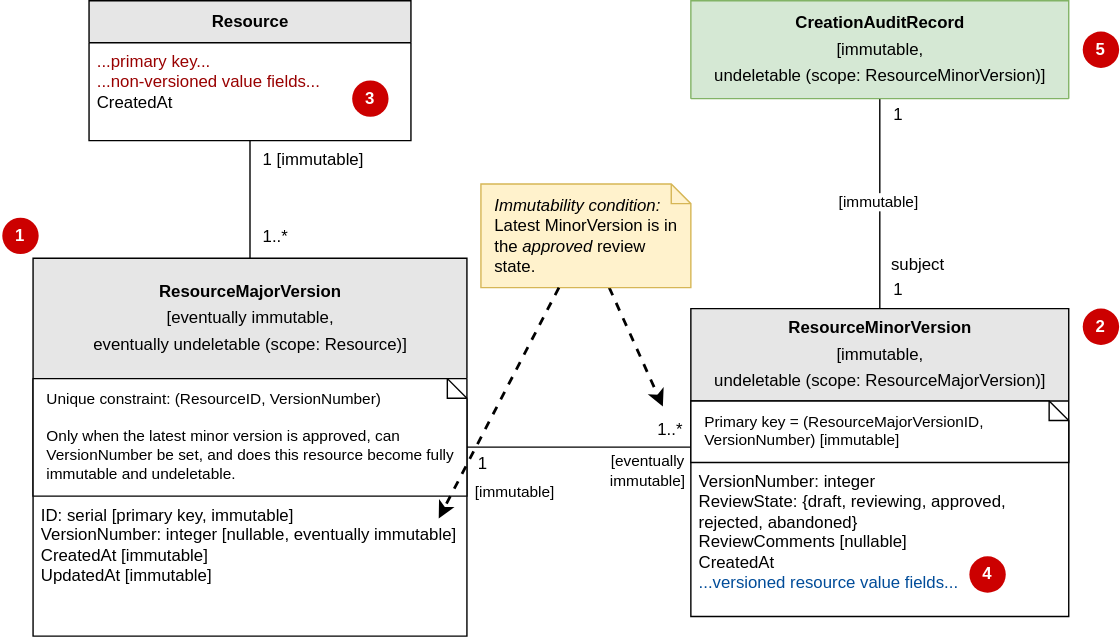
Earlier version of the draw.io export devdocs/reviewable-infra-normal.drawio.svg (fullstaq-labs/sqedule). Source tidied: cells renumbered, new cells last; positions are measured from the earlier drawing's top-left corner, leaving out a move shared by most shapes.
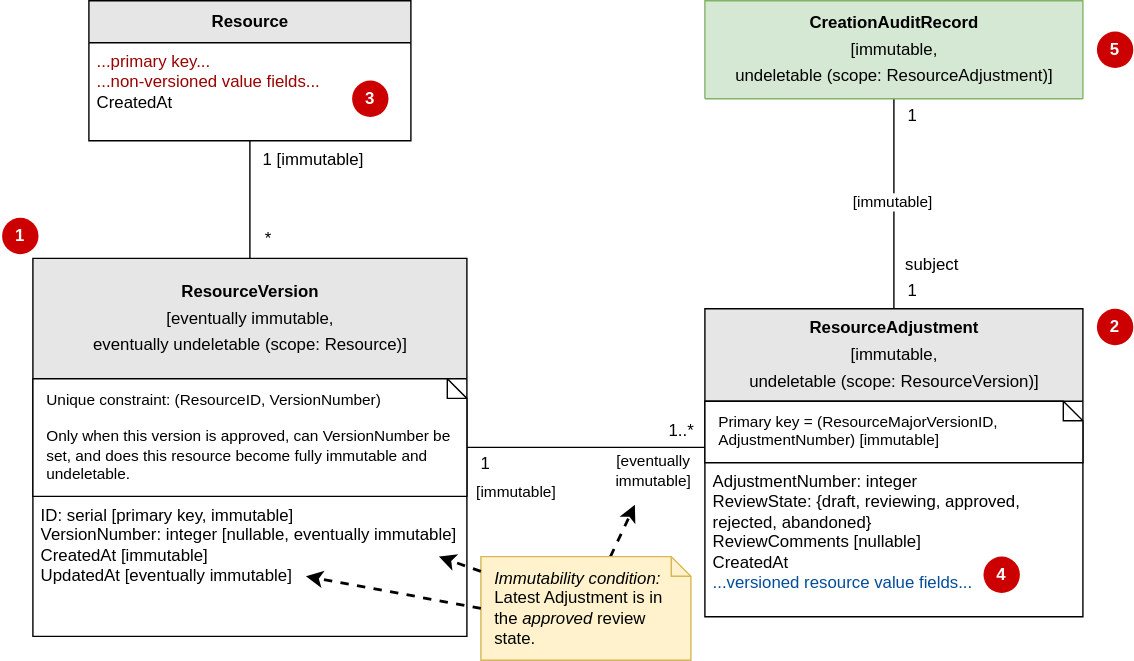
Later version of the same file.

Change to the diagram source:
```diff
@@ -38,9 +38,9 @@
         <mxPoint x="42" as="offset" />
       </mxGeometry>
     </mxCell>
-    <mxCell id="9" value="1..*" style="edgeLabel;html=1;align=center;verticalAlign=middle;fontSize=12;fontColor=#000000;" parent="7" vertex="1">
+    <mxCell id="9" value="*" style="edgeLabel;html=1;align=center;verticalAlign=middle;fontSize=12;fontColor=#000000;" parent="7" vertex="1">
       <mxGeometry x="0.61" y="2" relative="1" as="geometry">
-        <mxPoint x="15" as="offset" />
+        <mxPoint x="10" y="1" as="offset" />
       </mxGeometry>
     </mxCell>
     <mxCell id="10" style="edgeStyle=orthogonalEdgeStyle;rounded=0;sketch=0;jumpStyle=arc;jettySize=auto;html=1;startArrow=none;startFill=0;endArrow=none;endFill=0;strokeColor=#000000;strokeWidth=1;fontSize=12;fontColor=#000000;" parent="1" edge="1" source="20" target="25">
@@ -66,28 +66,28 @@
     </mxCell>
     <mxCell id="15" style="rounded=0;sketch=0;jumpStyle=arc;jettySize=auto;html=1;startArrow=none;startFill=0;endArrow=classic;endFill=1;strokeColor=#000000;strokeWidth=2;fontSize=12;fontColor=#000000;dashed=1;" parent="1" edge="1" source="16">
       <mxGeometry relative="1" as="geometry">
-        <mxPoint x="472" y="290" as="targetPoint" />
+        <mxPoint x="452" y="360" as="targetPoint" />
       </mxGeometry>
     </mxCell>
-    <mxCell id="16" value="&lt;i&gt;Immutability condition:&lt;/i&gt;&lt;br&gt;Latest MinorVersion is in the&amp;nbsp;&lt;i&gt;approved&lt;/i&gt;&amp;nbsp;review state." style="shape=note;whiteSpace=wrap;html=1;size=14;verticalAlign=top;align=left;spacingTop=-6;fontSize=12;spacing=10;fillColor=#fff2cc;strokeColor=#d6b656;sketch=0;" parent="1" vertex="1">
-      <mxGeometry x="342" y="131" width="150" height="74" as="geometry" />
+    <mxCell id="16" value="&lt;i&gt;Immutability condition:&lt;/i&gt;&lt;br&gt;Latest Adjustment is in the&amp;nbsp;&lt;i&gt;approved&lt;/i&gt;&amp;nbsp;review state." style="shape=note;whiteSpace=wrap;html=1;size=14;verticalAlign=top;align=left;spacingTop=-6;fontSize=12;spacing=10;fillColor=#fff2cc;strokeColor=#d6b656;sketch=0;" parent="1" vertex="1">
+      <mxGeometry x="342" y="397" width="150" height="74" as="geometry" />
     </mxCell>
-    <mxCell id="17" value="&lt;p style=&quot;line-height: 160%&quot;&gt;ResourceMajorVersion&lt;br&gt;&lt;span style=&quot;font-weight: normal ; line-height: 120%&quot;&gt;[eventually immutable,&lt;br&gt;eventually undeletable (scope: Resource)]&lt;/span&gt;&lt;/p&gt;" style="swimlane;fontStyle=1;horizontal=1;startSize=86;swimlaneFillColor=#ffffff;html=1;fillColor=#E6E6E6;" parent="1" vertex="1">
+    <mxCell id="17" value="&lt;p style=&quot;line-height: 160%&quot;&gt;ResourceVersion&lt;br&gt;&lt;span style=&quot;font-weight: normal ; line-height: 120%&quot;&gt;[eventually immutable,&lt;br&gt;eventually undeletable (scope: Resource)]&lt;/span&gt;&lt;/p&gt;" style="swimlane;fontStyle=1;horizontal=1;startSize=86;swimlaneFillColor=#ffffff;html=1;fillColor=#E6E6E6;" parent="1" vertex="1">
       <mxGeometry x="22" y="184" width="310" height="270" as="geometry" />
     </mxCell>
-    <mxCell id="18" value="Unique constraint: (ResourceID, VersionNumber)&lt;br&gt;&lt;br&gt;Only when the latest minor version is approved, can VersionNumber be set, and does this resource become fully immutable and undeletable." style="shape=note;whiteSpace=wrap;html=1;size=14;verticalAlign=top;align=left;spacingTop=-6;fontSize=11;spacing=10;sketch=0;" parent="17" vertex="1">
+    <mxCell id="18" value="Unique constraint: (ResourceID, VersionNumber)&lt;br&gt;&lt;br&gt;Only when this version is approved, can VersionNumber be set, and does this resource become fully immutable and undeletable." style="shape=note;whiteSpace=wrap;html=1;size=14;verticalAlign=top;align=left;spacingTop=-6;fontSize=11;spacing=10;sketch=0;" parent="17" vertex="1">
       <mxGeometry y="86" width="310" height="84" as="geometry" />
     </mxCell>
-    <mxCell id="19" value="ID: serial [primary key, immutable]&#10;VersionNumber: integer [nullable, eventually immutable]&#10;CreatedAt [immutable]&#10;UpdatedAt [immutable]" style="text;strokeColor=none;fillColor=none;align=left;verticalAlign=top;spacingLeft=4;spacingRight=4;overflow=hidden;points=[[0,0.5],[1,0.5]];portConstraint=eastwest;whiteSpace=wrap;" parent="17" vertex="1">
+    <mxCell id="19" value="ID: serial [primary key, immutable]&#10;VersionNumber: integer [nullable, eventually immutable]&#10;CreatedAt [immutable]&#10;UpdatedAt [eventually immutable]" style="text;strokeColor=none;fillColor=none;align=left;verticalAlign=top;spacingLeft=4;spacingRight=4;overflow=hidden;points=[[0,0.5],[1,0.5]];portConstraint=eastwest;whiteSpace=wrap;" parent="17" vertex="1">
       <mxGeometry y="170" width="310" height="100" as="geometry" />
     </mxCell>
-    <mxCell id="20" value="&lt;p style=&quot;line-height: 160%&quot;&gt;ResourceMinorVersion&lt;br&gt;&lt;span style=&quot;font-weight: normal&quot;&gt;[immutable,&lt;br&gt;undeletable (scope: ResourceMajorVersion)]&lt;/span&gt;&lt;/p&gt;" style="swimlane;fontStyle=1;horizontal=1;startSize=66;swimlaneFillColor=#ffffff;html=1;fillColor=#E6E6E6;" parent="1" vertex="1">
-      <mxGeometry x="492" y="220" width="270" height="220" as="geometry" />
+    <mxCell id="20" value="&lt;p style=&quot;line-height: 160%&quot;&gt;ResourceAdjustment&lt;br&gt;&lt;span style=&quot;font-weight: normal&quot;&gt;[immutable,&lt;br&gt;undeletable (scope: ResourceVersion)]&lt;/span&gt;&lt;/p&gt;" style="swimlane;fontStyle=1;horizontal=1;startSize=66;swimlaneFillColor=#ffffff;html=1;fillColor=#E6E6E6;" parent="1" vertex="1">
+      <mxGeometry x="502" y="220" width="270" height="220" as="geometry" />
     </mxCell>
-    <mxCell id="21" value="Primary key = (ResourceMajorVersionID, VersionNumber) [immutable]" style="shape=note;whiteSpace=wrap;html=1;size=14;verticalAlign=top;align=left;spacingTop=-6;fontSize=11;spacing=10;sketch=0;" parent="20" vertex="1">
+    <mxCell id="21" value="Primary key = (ResourceMajorVersionID, AdjustmentNumber) [immutable]" style="shape=note;whiteSpace=wrap;html=1;size=14;verticalAlign=top;align=left;spacingTop=-6;fontSize=11;spacing=10;sketch=0;" parent="20" vertex="1">
       <mxGeometry y="66" width="270" height="44" as="geometry" />
     </mxCell>
-    <mxCell id="22" value="VersionNumber: integer&lt;br&gt;ReviewState: {draft, reviewing, approved, rejected, abandoned}&lt;br&gt;ReviewComments [nullable]&lt;br&gt;CreatedAt&lt;br&gt;&lt;font color=&quot;#004c99&quot;&gt;...versioned resource value fields...&lt;/font&gt;" style="text;strokeColor=none;fillColor=none;align=left;verticalAlign=top;spacingLeft=4;spacingRight=4;overflow=hidden;whiteSpace=wrap;html=1;" parent="20" vertex="1">
+    <mxCell id="22" value="AdjustmentNumber: integer&lt;br&gt;ReviewState: {draft, reviewing, approved, rejected, abandoned}&lt;br&gt;ReviewComments [nullable]&lt;br&gt;CreatedAt&lt;br&gt;&lt;font color=&quot;#004c99&quot;&gt;...versioned resource value fields...&lt;/font&gt;" style="text;strokeColor=none;fillColor=none;align=left;verticalAlign=top;spacingLeft=4;spacingRight=4;overflow=hidden;whiteSpace=wrap;html=1;" parent="20" vertex="1">
       <mxGeometry y="110" width="270" height="110" as="geometry" />
     </mxCell>
     <mxCell id="23" value="Resource" style="swimlane;fontStyle=1;horizontal=1;startSize=30;swimlaneFillColor=#ffffff;html=1;fillColor=#E6E6E6;" parent="1" vertex="1">
@@ -96,26 +96,33 @@
     <mxCell id="24" value="&lt;font color=&quot;#990000&quot;&gt;...primary key...&lt;br&gt;...non-versioned value fields...&lt;br&gt;&lt;/font&gt;CreatedAt" style="text;strokeColor=none;fillColor=none;align=left;verticalAlign=top;spacingLeft=4;spacingRight=4;overflow=hidden;whiteSpace=wrap;html=1;" parent="23" vertex="1">
       <mxGeometry y="30" width="230" height="70" as="geometry" />
     </mxCell>
-    <mxCell id="25" value="&lt;span style=&quot;line-height: 160%&quot;&gt;&lt;b&gt;CreationAuditRecord&lt;/b&gt;&lt;br&gt;[immutable,&lt;br&gt;undeletable (scope: ResourceMinorVersion)]&lt;br&gt;&lt;/span&gt;" style="swimlane;fontStyle=0;horizontal=1;startSize=70;strokeColor=#82b366;swimlaneFillColor=#ffffff;html=1;fillColor=#d5e8d4;" parent="1" vertex="1" collapsed="1">
-      <mxGeometry x="492" width="270" height="70" as="geometry" />
+    <mxCell id="25" value="&lt;span style=&quot;line-height: 160%&quot;&gt;&lt;b&gt;CreationAuditRecord&lt;/b&gt;&lt;br&gt;[immutable,&lt;br&gt;undeletable (scope: ResourceAdjustment)]&lt;br&gt;&lt;/span&gt;" style="swimlane;fontStyle=0;horizontal=1;startSize=70;strokeColor=#82b366;swimlaneFillColor=#ffffff;html=1;fillColor=#d5e8d4;" parent="1" vertex="1" collapsed="1">
+      <mxGeometry x="502" width="270" height="70" as="geometry" />
     </mxCell>
     <mxCell id="26" value="1" style="ellipse;whiteSpace=wrap;html=1;fontStyle=1;strokeWidth=2;strokeColor=none;fillColor=#CC0000;fontColor=#FFFFFF;" parent="1" vertex="1">
       <mxGeometry y="155" width="26" height="26" as="geometry" />
     </mxCell>
     <mxCell id="27" value="2" style="ellipse;whiteSpace=wrap;html=1;fontStyle=1;strokeWidth=2;strokeColor=none;fillColor=#CC0000;fontColor=#FFFFFF;" parent="1" vertex="1">
-      <mxGeometry x="772" y="220" width="26" height="26" as="geometry" />
+      <mxGeometry x="782" y="220" width="26" height="26" as="geometry" />
     </mxCell>
     <mxCell id="28" value="3" style="ellipse;whiteSpace=wrap;html=1;fontStyle=1;strokeWidth=2;strokeColor=none;fillColor=#CC0000;fontColor=#FFFFFF;" parent="1" vertex="1">
       <mxGeometry x="250" y="57" width="26" height="26" as="geometry" />
     </mxCell>
     <mxCell id="29" value="4" style="ellipse;whiteSpace=wrap;html=1;fontStyle=1;strokeWidth=2;strokeColor=none;fillColor=#CC0000;fontColor=#FFFFFF;" parent="1" vertex="1">
-      <mxGeometry x="691" y="397" width="26" height="26" as="geometry" />
+      <mxGeometry x="701" y="397" width="26" height="26" as="geometry" />
     </mxCell>
     <mxCell id="30" value="5" style="ellipse;whiteSpace=wrap;html=1;fontStyle=1;strokeWidth=2;strokeColor=none;fillColor=#CC0000;fontColor=#FFFFFF;" parent="1" vertex="1">
-      <mxGeometry x="772" y="22" width="26" height="26" as="geometry" />
+      <mxGeometry x="782" y="22" width="26" height="26" as="geometry" />
     </mxCell>
-    <mxCell id="31" style="edgeStyle=none;rounded=0;jettySize=auto;html=1;entryX=0.935;entryY=0.16;entryDx=0;entryDy=0;entryPerimeter=0;endArrow=classic;endFill=1;strokeWidth=2;dashed=1;" parent="1" edge="1" source="16" target="19">
-      <mxGeometry relative="1" as="geometry" />
+    <mxCell id="31" style="edgeStyle=none;rounded=0;jettySize=auto;html=1;endArrow=classic;endFill=1;strokeWidth=2;dashed=1;" parent="1" edge="1" source="16">
+      <mxGeometry relative="1" as="geometry">
+        <mxPoint x="312" y="397" as="targetPoint" />
+      </mxGeometry>
     </mxCell>
+    <mxCell id="32" style="rounded=0;jettySize=auto;html=1;dashed=1;strokeWidth=2;exitX=0;exitY=0.5;exitDx=0;exitDy=0;exitPerimeter=0;" parent="1" edge="1" source="16">
+      <mxGeometry relative="1" as="geometry">
+        <mxPoint x="217" y="411" as="targetPoint" />
+      </mxGeometry>
+    </mxCell>
   </root>
 </mxGraphModel>
```
